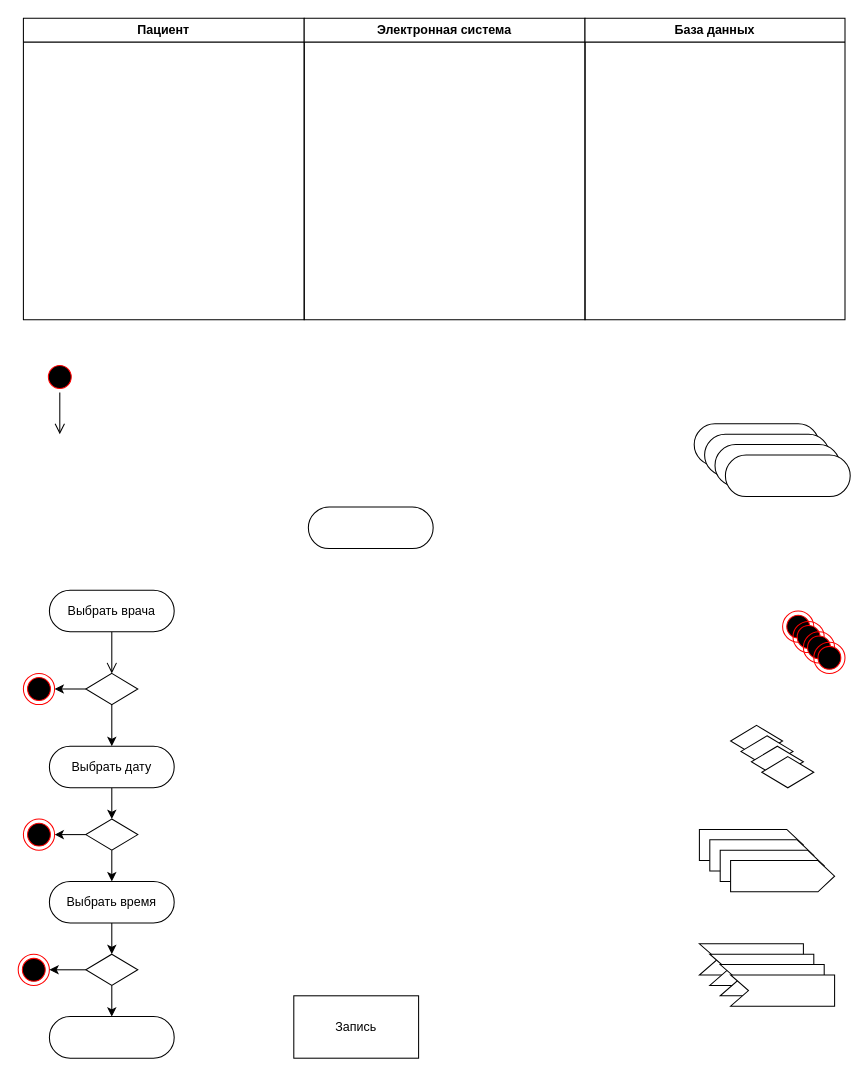
v-tempe/draw.io keeps this draw.io diagram as acms6_2.drawio. Above is the earlier version. Source tidied: cells renumbered, new cells numbered last; positions are measured from the earlier drawing's top-left corner, leaving out a move shared by most shapes. Both pictures are drawn from the tidied source at 104%, with x=0, y=0 at pixel (18, 18).
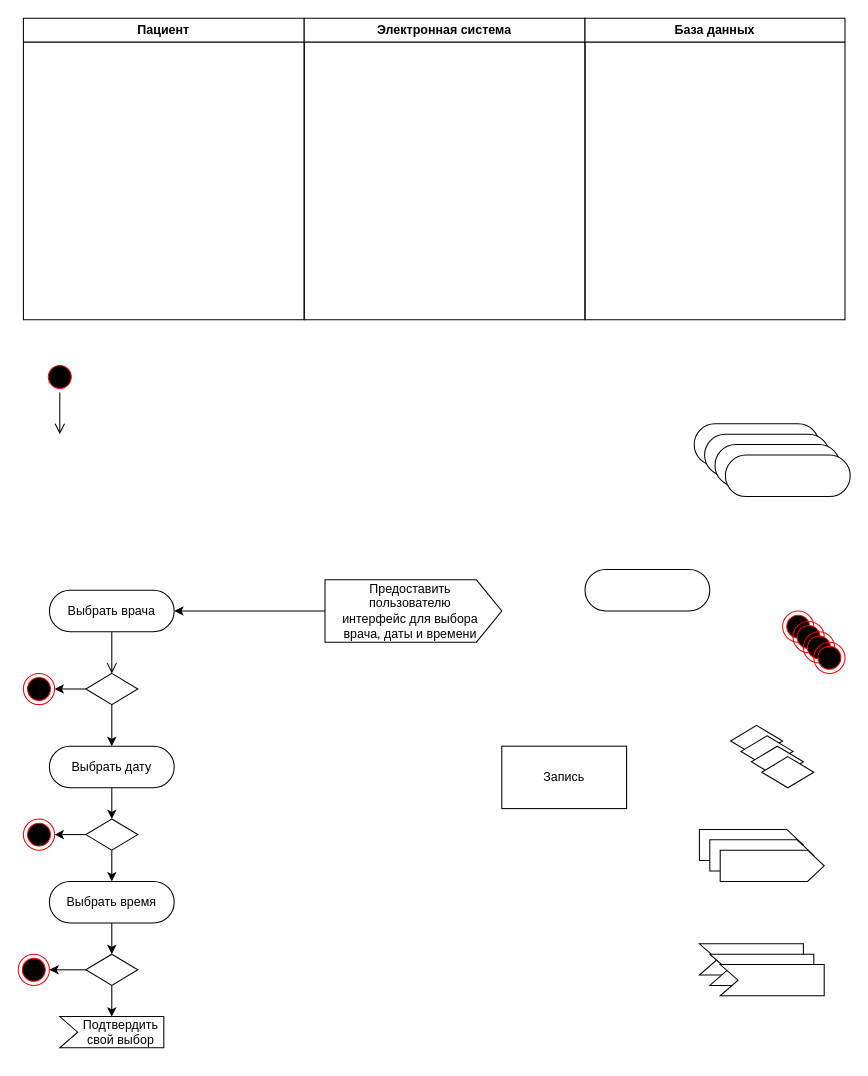
Above is the later version.

Unchanged cells that the change refers to:
```xml
<mxCell id="12" value="Выбрать врача" style="rounded=1;whiteSpace=wrap;html=1;arcSize=50;" parent="1" vertex="1">
  <mxGeometry x="30" y="550" width="120" height="40" as="geometry" />
</mxCell>
<mxCell id="32" style="rhombus;whiteSpace=wrap;html=1;" parent="1" vertex="1">
  <mxGeometry x="65" y="900" width="50" height="30" as="geometry" />
</mxCell>
```

Change to the diagram source:
```diff
@@
     <mxCell id="18" value="Запись" style="rounded=0;whiteSpace=wrap;html=1;" parent="1" vertex="1">
-      <mxGeometry x="265" y="940" width="120" height="60" as="geometry" />
+      <mxGeometry x="465" y="700" width="120" height="60" as="geometry" />
     </mxCell>
@@
     <mxCell id="21" style="rounded=1;whiteSpace=wrap;html=1;arcSize=50;" parent="1" vertex="1">
-      <mxGeometry x="279" y="470" width="120" height="40" as="geometry" />
+      <mxGeometry x="545" y="530" width="120" height="40" as="geometry" />
     </mxCell>
-    <mxCell id="22" style="rounded=1;whiteSpace=wrap;html=1;arcSize=50;" parent="1" vertex="1">
-      <mxGeometry x="30" y="960" width="120" height="40" as="geometry" />
-    </mxCell>
@@
-    <mxCell id="31" style="edgeStyle=orthogonalEdgeStyle;rounded=0;jettySize=auto;html=1;exitX=0.5;exitY=1;exitDx=0;exitDy=0;entryX=0.5;entryY=0;entryDx=0;entryDy=0;" parent="1" edge="1" source="32" target="22">
+    <mxCell id="31" style="edgeStyle=orthogonalEdgeStyle;rounded=0;jettySize=auto;html=1;exitX=0.5;exitY=1;exitDx=0;exitDy=0;entryX=0;entryY=0;entryDx=50;entryDy=0;entryPerimeter=0;" parent="1" edge="1" source="32" target="43">
       <mxGeometry relative="1" as="geometry" />
     </mxCell>
@@
+    <mxCell id="48" style="edgeStyle=orthogonalEdgeStyle;rounded=0;jettySize=auto;html=1;" parent="1" edge="1" source="40" target="12">
+      <mxGeometry relative="1" as="geometry" />
+    </mxCell>
-    <mxCell id="40" style="html=1;shadow=0;dashed=0;align=center;verticalAlign=middle;shape=mxgraph.arrows2.arrow;dy=0;dx=16;notch=0;" parent="1" vertex="1">
-      <mxGeometry x="685" y="810" width="100" height="30" as="geometry" />
+    <mxCell id="40" value="&lt;div&gt;&lt;span style=&quot;background-color: transparent; color: light-dark(rgb(0, 0, 0), rgb(255, 255, 255));&quot;&gt;Предоставить&amp;nbsp;&amp;nbsp;&lt;/span&gt;&lt;/div&gt;&lt;div&gt;&lt;span style=&quot;background-color: transparent; color: light-dark(rgb(0, 0, 0), rgb(255, 255, 255));&quot;&gt;пользователю&amp;nbsp;&amp;nbsp;&lt;/span&gt;&lt;/div&gt;&lt;div&gt;&lt;span style=&quot;background-color: transparent; color: light-dark(rgb(0, 0, 0), rgb(255, 255, 255));&quot;&gt;интерфейс для выбора&amp;nbsp;&amp;nbsp;&lt;/span&gt;&lt;/div&gt;&lt;div&gt;&lt;span style=&quot;background-color: transparent; color: light-dark(rgb(0, 0, 0), rgb(255, 255, 255));&quot;&gt;врача, даты и времени&amp;nbsp;&amp;nbsp;&lt;/span&gt;&lt;br&gt;&lt;/div&gt;" style="html=1;shadow=0;dashed=0;align=center;verticalAlign=middle;shape=mxgraph.arrows2.arrow;dy=0;dx=24.4;notch=0;" parent="1" vertex="1">
+      <mxGeometry x="295" y="540" width="170" height="60" as="geometry" />
     </mxCell>
@@
-    <mxCell id="43" style="html=1;shadow=0;dashed=0;align=center;verticalAlign=middle;shape=mxgraph.arrows2.arrow;dy=0;dx=0;notch=17.2;" parent="1" vertex="1">
-      <mxGeometry x="685" y="920" width="100" height="30" as="geometry" />
+    <mxCell id="43" value="&amp;nbsp; &amp;nbsp; &amp;nbsp;Подтвердить&lt;div&gt;&amp;nbsp; &amp;nbsp; &amp;nbsp;свой выбор&lt;/div&gt;" style="html=1;shadow=0;dashed=0;align=center;verticalAlign=middle;shape=mxgraph.arrows2.arrow;dy=0;dx=0;notch=17.2;" parent="1" vertex="1">
+      <mxGeometry x="40" y="960" width="100" height="30" as="geometry" />
     </mxCell>
```
